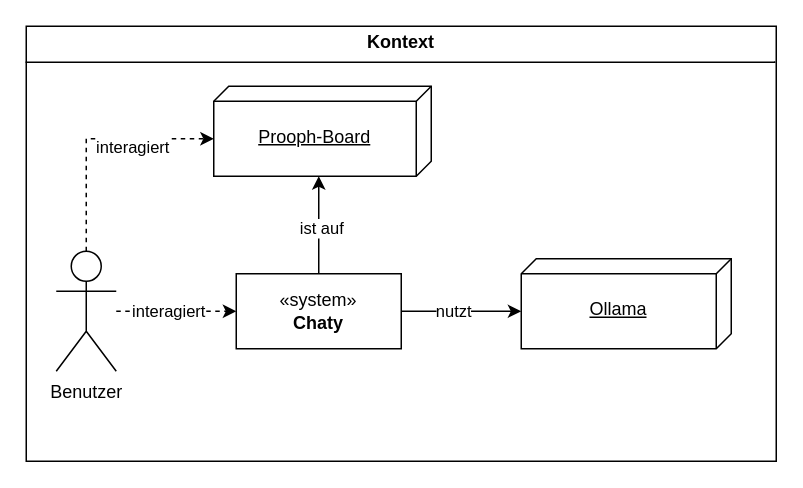
Above: diagramms/Baustein0(Kontext).drawio in ZesNy02/Jupiter (draw.io), before the change. Source tidied: cells renumbered, new cells numbered last; positions are measured from the earlier drawing's top-left corner, leaving out a move shared by most shapes. Both pictures are drawn from the tidied source at 150%, with x=0, y=0 at pixel (26, 26).
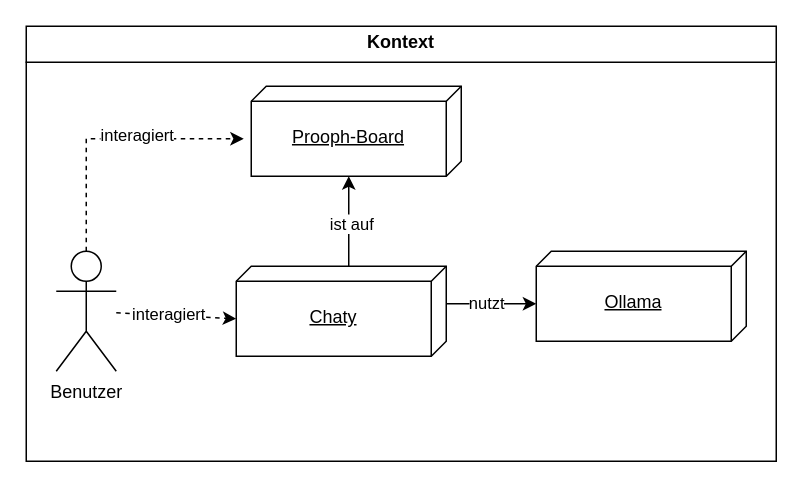
The same page after the edit.

Change to the diagram source:
```diff
@@
 <mxGraphModel>
   <root>
     <mxCell id="0" />
     <mxCell id="1" parent="0" />
     <mxCell id="2" value="&lt;p style=&quot;margin:0px;margin-top:4px;text-align:center;&quot;&gt;&lt;b&gt;Kontext&lt;/b&gt;&lt;/p&gt;&lt;hr size=&quot;1&quot; style=&quot;border-style:solid;&quot;&gt;&lt;div style=&quot;height:2px;&quot;&gt;&lt;/div&gt;" style="verticalAlign=top;align=left;overflow=fill;html=1;whiteSpace=wrap;" parent="1" vertex="1">
       <mxGeometry width="500" height="290" as="geometry" />
     </mxCell>
     <mxCell id="3" value="Benutzer" style="shape=umlActor;verticalLabelPosition=bottom;verticalAlign=top;html=1;outlineConnect=0;" parent="1" vertex="1">
       <mxGeometry x="20" y="150" width="40" height="80" as="geometry" />
     </mxCell>
     <mxCell id="4" value="&lt;p&gt;Prooph-Board&lt;/p&gt;" style="verticalAlign=top;align=center;spacingTop=8;spacingLeft=2;spacingRight=12;shape=cube;size=10;direction=south;fontStyle=4;html=1;whiteSpace=wrap;" parent="1" vertex="1">
-      <mxGeometry x="125" y="40" width="145" height="60" as="geometry" />
+      <mxGeometry x="150" y="40" width="140" height="60" as="geometry" />
     </mxCell>
-    <mxCell id="5" value="«system»&lt;br&gt;&lt;b&gt;Chaty&lt;/b&gt;" style="html=1;whiteSpace=wrap;" parent="1" vertex="1">
-      <mxGeometry x="140" y="165" width="110" height="50" as="geometry" />
-    </mxCell>
-    <mxCell id="6" style="endArrow=classic;html=1;rounded=0;entryX=0;entryY=0.5;entryDx=0;entryDy=0;dashed=1;" parent="1" edge="1" source="3" target="5">
+    <mxCell id="6" style="endArrow=classic;html=1;rounded=0;entryX=0;entryY=0;entryDx=35;entryDy=140;dashed=1;entryPerimeter=0;" parent="1" edge="1" source="3" target="15">
       <mxGeometry relative="1" as="geometry" />
     </mxCell>
     <mxCell id="7" value="interagiert" style="edgeLabel;html=1;align=center;verticalAlign=middle;" parent="6" vertex="1">
       <mxGeometry x="-0.15" y="1" relative="1" as="geometry" />
     </mxCell>
-    <mxCell id="8" style="endArrow=classic;html=1;rounded=0;exitX=0.5;exitY=0;exitDx=0;exitDy=0;entryX=0;entryY=0;entryDx=60;entryDy=75;entryPerimeter=0;" parent="1" edge="1" source="5" target="4">
+    <mxCell id="8" style="endArrow=classic;html=1;rounded=0;exitX=0;exitY=0;exitDx=0;exitDy=65;exitPerimeter=0;entryX=0;entryY=0;entryDx=60;entryDy=75;entryPerimeter=0;" parent="1" edge="1" source="15" target="4">
       <mxGeometry relative="1" as="geometry" />
     </mxCell>
     <mxCell id="9" value="ist auf" style="edgeLabel;html=1;align=center;verticalAlign=middle;" parent="8" vertex="1">
       <mxGeometry x="-0.05" y="-1" relative="1" as="geometry" />
     </mxCell>
     <mxCell id="10" style="endArrow=classic;html=1;rounded=0;dashed=1;exitX=0.5;exitY=0;exitDx=0;exitDy=0;exitPerimeter=0;entryX=0;entryY=0;entryDx=35;entryDy=145;entryPerimeter=0;" parent="1" edge="1" source="3" target="4">
       <mxGeometry relative="1" as="geometry">
         <Array as="points">
           <mxPoint x="40" y="75" />
         </Array>
       </mxGeometry>
     </mxCell>
     <mxCell id="11" value="interagiert" style="edgeLabel;html=1;align=center;verticalAlign=middle;" parent="10" vertex="1">
       <mxGeometry x="-0.15" y="1" relative="1" as="geometry">
         <mxPoint x="31" y="-2" as="offset" />
       </mxGeometry>
     </mxCell>
-    <mxCell id="12" value="&lt;p&gt;Ollama&lt;/p&gt;" style="verticalAlign=top;align=center;spacingTop=8;spacingLeft=2;spacingRight=12;shape=cube;size=10;direction=south;fontStyle=4;html=1;whiteSpace=wrap;" parent="1" vertex="1">
-      <mxGeometry x="330" y="155" width="140" height="60" as="geometry" />
-    </mxCell>
-    <mxCell id="13" style="endArrow=classic;html=1;rounded=0;entryX=0;entryY=0;entryDx=35;entryDy=140;exitX=1;exitY=0.5;exitDx=0;exitDy=0;entryPerimeter=0;" parent="1" edge="1" source="5" target="12">
+    <mxCell id="13" style="endArrow=classic;html=1;rounded=0;entryX=0;entryY=0;entryDx=35;entryDy=140;exitX=0;exitY=0;exitDx=25;exitDy=0;entryPerimeter=0;exitPerimeter=0;" parent="1" edge="1" source="15" target="12">
       <mxGeometry relative="1" as="geometry" />
     </mxCell>
     <mxCell id="14" value="nutzt" style="edgeLabel;html=1;align=center;verticalAlign=middle;" parent="13" vertex="1">
       <mxGeometry x="-0.15" y="1" relative="1" as="geometry" />
     </mxCell>
+    <mxCell id="15" value="&lt;p&gt;Chaty&lt;/p&gt;" style="verticalAlign=top;align=center;spacingTop=8;spacingLeft=2;spacingRight=12;shape=cube;size=10;direction=south;fontStyle=4;html=1;whiteSpace=wrap;" parent="1" vertex="1">
+      <mxGeometry x="140" y="160" width="140" height="60" as="geometry" />
+    </mxCell>
+    <mxCell id="12" value="&lt;p&gt;Ollama&lt;/p&gt;" style="verticalAlign=top;align=center;spacingTop=8;spacingLeft=2;spacingRight=12;shape=cube;size=10;direction=south;fontStyle=4;html=1;whiteSpace=wrap;" parent="1" vertex="1">
+      <mxGeometry x="340" y="150" width="140" height="60" as="geometry" />
+    </mxCell>
   </root>
 </mxGraphModel>
```
